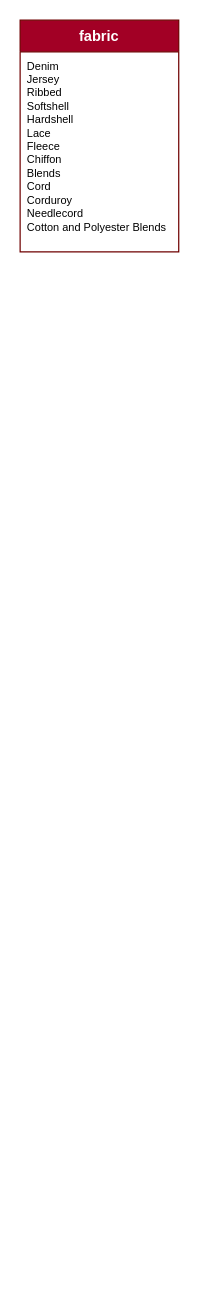
Earlier version of the draw.io diagram fabric_class.drawio (morawi/ddoif). Source tidied: cells renumbered, new cells numbered last; positions are measured from the earlier drawing's top-left corner, leaving out a move shared by most shapes. Both pictures are drawn from the tidied source at 122%, with x=0, y=0 at pixel (20, 20).
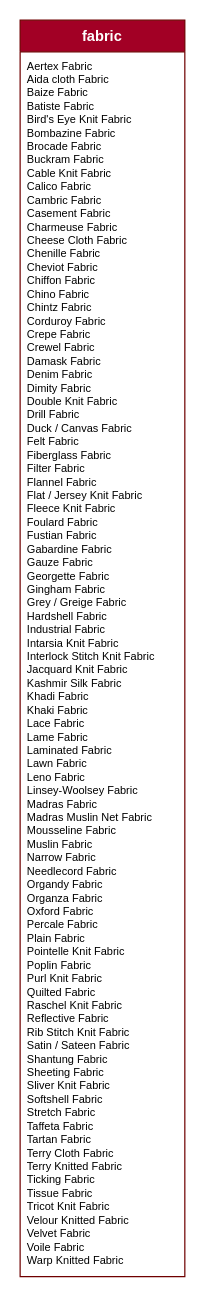
Above is the later version.

What changed in the source:
```diff
@@
 <mxGraphModel>
   <root>
     <mxCell id="0" />
     <mxCell id="1" parent="0" />
     <mxCell id="2" value="fabric" style="swimlane;fontStyle=1;align=center;verticalAlign=top;horizontal=1;startSize=26;rounded=0;shadow=0;strokeWidth=1;fillColor=#a20025;strokeColor=#6F0000;fontColor=#ffffff;" parent="1" vertex="1">
-      <mxGeometry width="130" height="190" as="geometry" />
+      <mxGeometry width="135" height="1030" as="geometry" />
     </mxCell>
-    <mxCell id="3" value="Denim&#10;Jersey&#10;Ribbed&#10;Softshell&#10;Hardshell&#10;Lace&#10;Fleece&#10;Chiffon&#10;Blends&#10;Cord&#10;Corduroy&#10;Needlecord&#10;Cotton and Polyester Blends" style="text;align=left;verticalAlign=top;spacingLeft=4;spacingRight=4;overflow=hidden;fontSize=9;" parent="2" vertex="1">
-      <mxGeometry y="26" width="130" height="154" as="geometry" />
+    <mxCell id="3" value="Aertex Fabric&#10;Aida cloth Fabric&#10;Baize Fabric&#10;Batiste Fabric&#10;Bird's Eye Knit Fabric&#10;Bombazine Fabric&#10;Brocade Fabric&#10;Buckram Fabric&#10;Cable Knit Fabric&#10;Calico Fabric&#10;Cambric Fabric&#10;Casement Fabric&#10;Charmeuse Fabric&#10;Cheese Cloth Fabric&#10;Chenille Fabric&#10;Cheviot Fabric&#10;Chiffon Fabric&#10;Chino Fabric&#10;Chintz Fabric&#10;Corduroy Fabric&#10;Crepe Fabric&#10;Crewel Fabric&#10;Damask Fabric&#10;Denim Fabric&#10;Dimity Fabric&#10;Double Knit Fabric&#10;Drill Fabric&#10;Duck / Canvas Fabric&#10;Felt Fabric&#10;Fiberglass Fabric&#10;Filter Fabric&#10;Flannel Fabric&#10;Flat / Jersey Knit Fabric&#10;Fleece Knit Fabric&#10;Foulard Fabric&#10;Fustian Fabric&#10;Gabardine Fabric&#10;Gauze Fabric&#10;Georgette Fabric&#10;Gingham Fabric&#10;Grey / Greige Fabric&#10;Hardshell Fabric&#10;Industrial Fabric&#10;Intarsia Knit Fabric&#10;Interlock Stitch Knit Fabric&#10;Jacquard Knit Fabric&#10;Kashmir Silk Fabric&#10;Khadi Fabric&#10;Khaki Fabric&#10;Lace Fabric&#10;Lame Fabric&#10;Laminated Fabric&#10;Lawn Fabric&#10;Leno Fabric&#10;Linsey-Woolsey Fabric&#10;Madras Fabric&#10;Madras Muslin Net Fabric&#10;Mousseline Fabric&#10;Muslin Fabric&#10;Narrow Fabric&#10;Needlecord Fabric&#10;Organdy Fabric&#10;Organza Fabric&#10;Oxford Fabric&#10;Percale Fabric&#10;Plain Fabric&#10;Pointelle Knit Fabric&#10;Poplin Fabric&#10;Purl Knit Fabric&#10;Quilted Fabric&#10;Raschel Knit Fabric&#10;Reflective Fabric&#10;Rib Stitch Knit Fabric&#10;Satin / Sateen Fabric&#10;Shantung Fabric&#10;Sheeting Fabric&#10;Sliver Knit Fabric&#10;Softshell Fabric&#10;Stretch Fabric&#10;Taffeta Fabric&#10;Tartan Fabric&#10;Terry Cloth Fabric&#10;Terry Knitted Fabric&#10;Ticking Fabric&#10;Tissue Fabric&#10;Tricot Knit Fabric&#10;Velour Knitted Fabric&#10;Velvet Fabric&#10;Voile Fabric&#10;Warp Knitted Fabric" style="text;align=left;verticalAlign=top;spacingLeft=4;spacingRight=4;overflow=hidden;fontSize=9;" parent="2" vertex="1">
+      <mxGeometry y="26" width="135" height="1004" as="geometry" />
     </mxCell>
   </root>
 </mxGraphModel>
```
